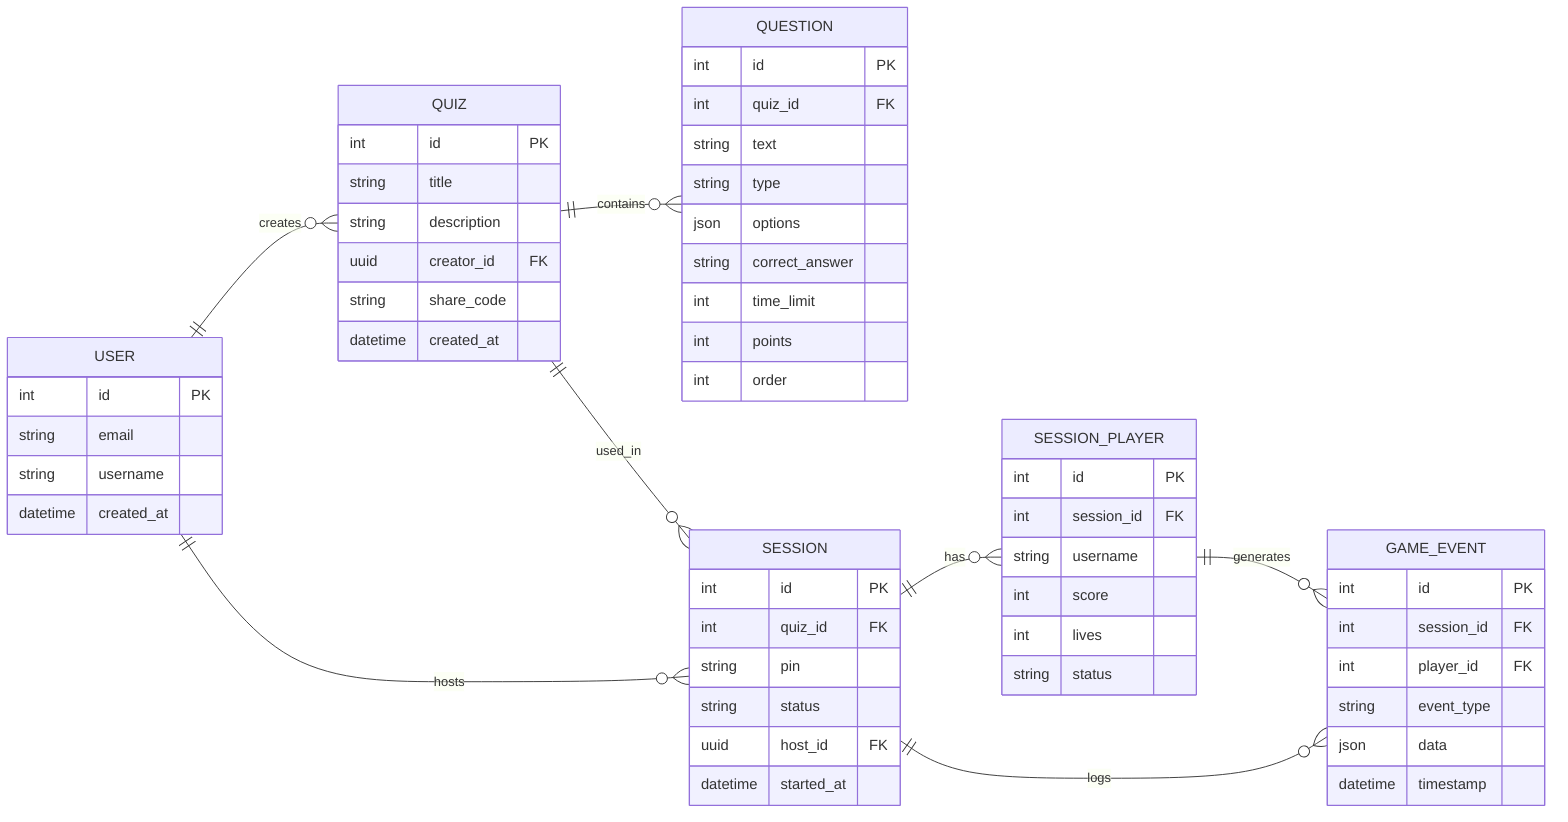
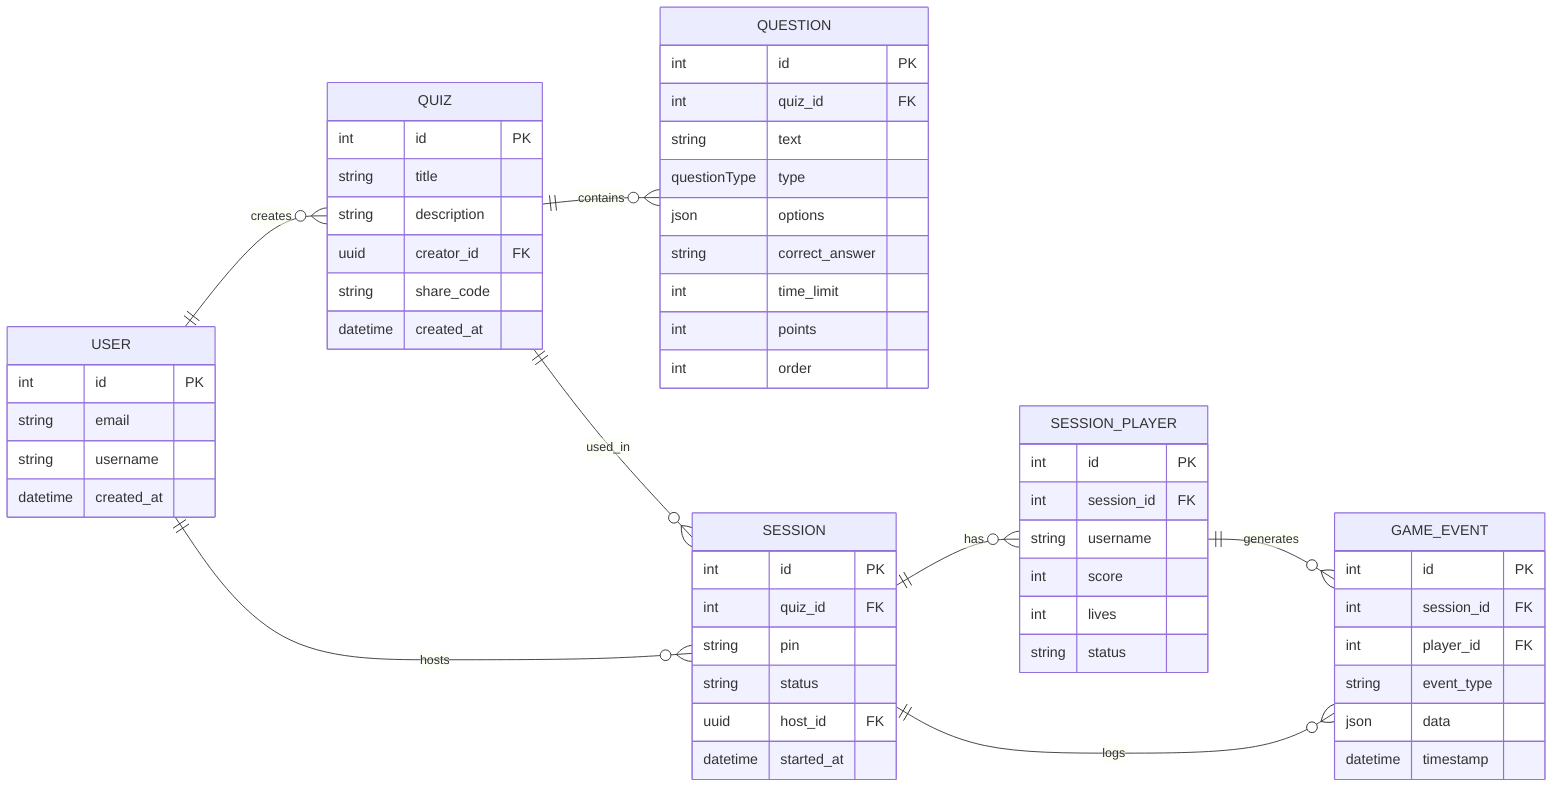
erDiagram
	direction LR
	USER {
		int id PK ""
		string email  ""
		string username  ""
		datetime created_at  ""
	}

	QUIZ {
		int id PK ""
		string title  ""
		string description  ""
		uuid creator_id FK ""
		string share_code  ""
		datetime created_at  ""
	}

	QUESTION {
		int id PK ""
		int quiz_id FK ""
		string text  ""
- 		string type  ""
+ 		questionType type  ""
		json options  ""
		string correct_answer  ""
		int time_limit  ""
		int points  ""
		int order  ""
	}

	SESSION {
		int id PK ""
		int quiz_id FK ""
		string pin  ""
		string status  ""
		uuid host_id FK ""
		datetime started_at  ""
	}

	SESSION_PLAYER {
		int id PK ""
		int session_id FK ""
		string username  ""
		int score  ""
		int lives  ""
		string status  ""
	}

	GAME_EVENT {
		int id PK ""
		int session_id FK ""
		int player_id FK ""
		string event_type  ""
		json data  ""
		datetime timestamp  ""
	}

	USER||--o{QUIZ:"creates"
	QUIZ||--o{QUESTION:"contains"
	USER||--o{SESSION:"hosts"
	QUIZ||--o{SESSION:"used_in"
	SESSION||--o{SESSION_PLAYER:"has"
	SESSION_PLAYER||--o{GAME_EVENT:"generates"
	SESSION||--o{GAME_EVENT:"logs"
